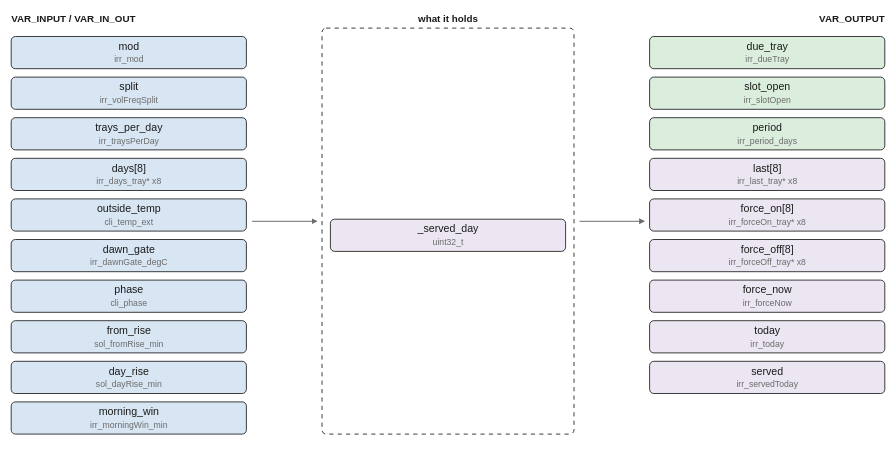
Before: images/logic/irr_schedule.drawio.svg, a diagram exported from draw.io (pstch/botanik2). Source tidied: cells renumbered, new cells last; positions are measured from the earlier drawing's top-left corner, leaving out a move shared by most shapes.
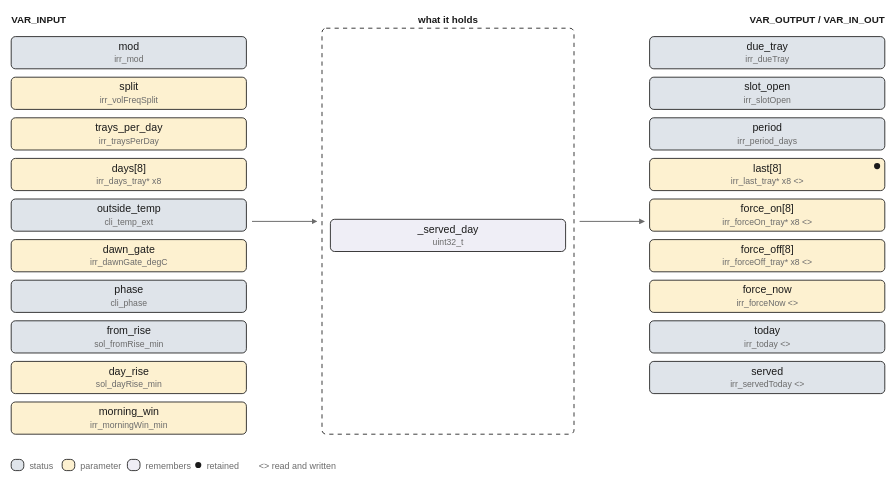
After the commit.

The edit, as a diff of the source:
```diff
@@ -2,89 +2,119 @@
   <root>
     <mxCell id="0" />
     <mxCell id="1" parent="0" />
-    <mxCell id="2" value="VAR_INPUT / VAR_IN_OUT" style="text;html=1;fontSize=7;fontColor=#1a1a1a;align=left;fontStyle=1;" parent="1" vertex="1">
-      <mxGeometry width="110" height="11" as="geometry" />
+    <mxCell id="2" value="VAR_INPUT" style="text;html=1;fontSize=7;fontColor=#1a1a1a;align=left;fontStyle=1;" parent="1" vertex="1">
+      <mxGeometry width="45" height="11" as="geometry" />
     </mxCell>
     <mxCell id="3" value="what it holds" style="text;html=1;fontSize=7;fontColor=#1a1a1a;align=center;fontStyle=1;" parent="1" vertex="1">
       <mxGeometry x="312" width="65" height="11" as="geometry" />
     </mxCell>
-    <mxCell id="4" value="VAR_OUTPUT" style="text;html=1;fontSize=7;fontColor=#1a1a1a;align=left;fontStyle=1;" parent="1" vertex="1">
-      <mxGeometry x="624" width="50" height="11" as="geometry" />
+    <mxCell id="4" value="VAR_OUTPUT / VAR_IN_OUT" style="text;html=1;fontSize=7;fontColor=#1a1a1a;align=left;fontStyle=1;" parent="1" vertex="1">
+      <mxGeometry x="624" width="115" height="11" as="geometry" />
     </mxCell>
-    <mxCell id="5" value="mod" style="rounded=1;fillColor=#d8e6f3;strokeColor=#1a1a1a;whiteSpace=wrap;html=1;fontSize=8;" parent="1" vertex="1">
+    <mxCell id="5" value="mod" style="rounded=1;fillColor=#dfe4ea;strokeColor=#1a1a1a;whiteSpace=wrap;html=1;fontSize=8;" parent="1" vertex="1">
       <mxGeometry y="17" width="168" height="23" as="geometry" />
     </mxCell>
-    <mxCell id="6" value="split" style="rounded=1;fillColor=#d8e6f3;strokeColor=#1a1a1a;whiteSpace=wrap;html=1;fontSize=8;" parent="1" vertex="1">
+    <mxCell id="6" value="split" style="rounded=1;fillColor=#fdf1d0;strokeColor=#1a1a1a;whiteSpace=wrap;html=1;fontSize=8;" parent="1" vertex="1">
       <mxGeometry y="46" width="168" height="23" as="geometry" />
     </mxCell>
-    <mxCell id="7" value="trays_per_day" style="rounded=1;fillColor=#d8e6f3;strokeColor=#1a1a1a;whiteSpace=wrap;html=1;fontSize=8;" parent="1" vertex="1">
+    <mxCell id="7" value="trays_per_day" style="rounded=1;fillColor=#fdf1d0;strokeColor=#1a1a1a;whiteSpace=wrap;html=1;fontSize=8;" parent="1" vertex="1">
       <mxGeometry y="75" width="168" height="23" as="geometry" />
     </mxCell>
-    <mxCell id="8" value="days[8]" style="rounded=1;fillColor=#d8e6f3;strokeColor=#1a1a1a;whiteSpace=wrap;html=1;fontSize=8;" parent="1" vertex="1">
+    <mxCell id="8" value="days[8]" style="rounded=1;fillColor=#fdf1d0;strokeColor=#1a1a1a;whiteSpace=wrap;html=1;fontSize=8;" parent="1" vertex="1">
       <mxGeometry y="104" width="168" height="23" as="geometry" />
     </mxCell>
-    <mxCell id="9" value="outside_temp" style="rounded=1;fillColor=#d8e6f3;strokeColor=#1a1a1a;whiteSpace=wrap;html=1;fontSize=8;" parent="1" vertex="1">
+    <mxCell id="9" value="outside_temp" style="rounded=1;fillColor=#dfe4ea;strokeColor=#1a1a1a;whiteSpace=wrap;html=1;fontSize=8;" parent="1" vertex="1">
       <mxGeometry y="133" width="168" height="23" as="geometry" />
     </mxCell>
-    <mxCell id="10" value="dawn_gate" style="rounded=1;fillColor=#d8e6f3;strokeColor=#1a1a1a;whiteSpace=wrap;html=1;fontSize=8;" parent="1" vertex="1">
+    <mxCell id="10" value="dawn_gate" style="rounded=1;fillColor=#fdf1d0;strokeColor=#1a1a1a;whiteSpace=wrap;html=1;fontSize=8;" parent="1" vertex="1">
       <mxGeometry y="162" width="168" height="23" as="geometry" />
     </mxCell>
-    <mxCell id="11" value="phase" style="rounded=1;fillColor=#d8e6f3;strokeColor=#1a1a1a;whiteSpace=wrap;html=1;fontSize=8;" parent="1" vertex="1">
+    <mxCell id="11" value="phase" style="rounded=1;fillColor=#dfe4ea;strokeColor=#1a1a1a;whiteSpace=wrap;html=1;fontSize=8;" parent="1" vertex="1">
       <mxGeometry y="191" width="168" height="23" as="geometry" />
     </mxCell>
-    <mxCell id="12" value="from_rise" style="rounded=1;fillColor=#d8e6f3;strokeColor=#1a1a1a;whiteSpace=wrap;html=1;fontSize=8;" parent="1" vertex="1">
+    <mxCell id="12" value="from_rise" style="rounded=1;fillColor=#dfe4ea;strokeColor=#1a1a1a;whiteSpace=wrap;html=1;fontSize=8;" parent="1" vertex="1">
       <mxGeometry y="220" width="168" height="23" as="geometry" />
     </mxCell>
-    <mxCell id="13" value="day_rise" style="rounded=1;fillColor=#d8e6f3;strokeColor=#1a1a1a;whiteSpace=wrap;html=1;fontSize=8;" parent="1" vertex="1">
+    <mxCell id="13" value="day_rise" style="rounded=1;fillColor=#fdf1d0;strokeColor=#1a1a1a;whiteSpace=wrap;html=1;fontSize=8;" parent="1" vertex="1">
       <mxGeometry y="249" width="168" height="23" as="geometry" />
     </mxCell>
-    <mxCell id="14" value="morning_win" style="rounded=1;fillColor=#d8e6f3;strokeColor=#1a1a1a;whiteSpace=wrap;html=1;fontSize=8;" parent="1" vertex="1">
+    <mxCell id="14" value="morning_win" style="rounded=1;fillColor=#fdf1d0;strokeColor=#1a1a1a;whiteSpace=wrap;html=1;fontSize=8;" parent="1" vertex="1">
       <mxGeometry y="278" width="168" height="23" as="geometry" />
     </mxCell>
-    <mxCell id="15" value="due_tray" style="rounded=1;fillColor=#dbeedd;strokeColor=#1a1a1a;whiteSpace=wrap;html=1;fontSize=8;" parent="1" vertex="1">
+    <mxCell id="15" value="due_tray" style="rounded=1;fillColor=#dfe4ea;strokeColor=#1a1a1a;whiteSpace=wrap;html=1;fontSize=8;" parent="1" vertex="1">
       <mxGeometry x="456" y="17" width="168" height="23" as="geometry" />
     </mxCell>
-    <mxCell id="16" value="slot_open" style="rounded=1;fillColor=#dbeedd;strokeColor=#1a1a1a;whiteSpace=wrap;html=1;fontSize=8;" parent="1" vertex="1">
+    <mxCell id="16" value="slot_open" style="rounded=1;fillColor=#dfe4ea;strokeColor=#1a1a1a;whiteSpace=wrap;html=1;fontSize=8;" parent="1" vertex="1">
       <mxGeometry x="456" y="46" width="168" height="23" as="geometry" />
     </mxCell>
-    <mxCell id="17" value="period" style="rounded=1;fillColor=#dbeedd;strokeColor=#1a1a1a;whiteSpace=wrap;html=1;fontSize=8;" parent="1" vertex="1">
+    <mxCell id="17" value="period" style="rounded=1;fillColor=#dfe4ea;strokeColor=#1a1a1a;whiteSpace=wrap;html=1;fontSize=8;" parent="1" vertex="1">
       <mxGeometry x="456" y="75" width="168" height="23" as="geometry" />
     </mxCell>
-    <mxCell id="18" value="last[8]" style="rounded=1;fillColor=#ece6f2;strokeColor=#1a1a1a;whiteSpace=wrap;html=1;fontSize=8;" parent="1" vertex="1">
+    <mxCell id="18" value="last[8]" style="rounded=1;fillColor=#fdf1d0;strokeColor=#1a1a1a;whiteSpace=wrap;html=1;fontSize=8;" parent="1" vertex="1">
       <mxGeometry x="456" y="104" width="168" height="23" as="geometry" />
     </mxCell>
-    <mxCell id="19" value="force_on[8]" style="rounded=1;fillColor=#ece6f2;strokeColor=#1a1a1a;whiteSpace=wrap;html=1;fontSize=8;" parent="1" vertex="1">
-      <mxGeometry x="456" y="133" width="168" height="23" as="geometry" />
-    </mxCell>
+    <mxCell id="28" style="ellipse;fillColor=#1a1a1a;strokeColor=none;" parent="1" vertex="1">
+      <mxGeometry x="616.3" y="107.3" width="4.4" height="4.4" as="geometry" />
+    </mxCell>
-    <mxCell id="20" value="force_off[8]" style="rounded=1;fillColor=#ece6f2;strokeColor=#1a1a1a;whiteSpace=wrap;html=1;fontSize=8;" parent="1" vertex="1">
-      <mxGeometry x="456" y="162" width="168" height="23" as="geometry" />
+    <mxCell id="20" value="force_on[8]" style="rounded=1;fillColor=#fdf1d0;strokeColor=#1a1a1a;whiteSpace=wrap;html=1;fontSize=8;" parent="1" vertex="1">
+      <mxGeometry x="456" y="133" width="168" height="23" as="geometry" />
     </mxCell>
-    <mxCell id="21" value="force_now" style="rounded=1;fillColor=#ece6f2;strokeColor=#1a1a1a;whiteSpace=wrap;html=1;fontSize=8;" parent="1" vertex="1">
-      <mxGeometry x="456" y="191" width="168" height="23" as="geometry" />
+    <mxCell id="21" value="force_off[8]" style="rounded=1;fillColor=#fdf1d0;strokeColor=#1a1a1a;whiteSpace=wrap;html=1;fontSize=8;" parent="1" vertex="1">
+      <mxGeometry x="456" y="162" width="168" height="23" as="geometry" />
     </mxCell>
-    <mxCell id="22" value="today" style="rounded=1;fillColor=#ece6f2;strokeColor=#1a1a1a;whiteSpace=wrap;html=1;fontSize=8;" parent="1" vertex="1">
-      <mxGeometry x="456" y="220" width="168" height="23" as="geometry" />
+    <mxCell id="22" value="force_now" style="rounded=1;fillColor=#fdf1d0;strokeColor=#1a1a1a;whiteSpace=wrap;html=1;fontSize=8;" parent="1" vertex="1">
+      <mxGeometry x="456" y="191" width="168" height="23" as="geometry" />
     </mxCell>
-    <mxCell id="23" value="served" style="rounded=1;fillColor=#ece6f2;strokeColor=#1a1a1a;whiteSpace=wrap;html=1;fontSize=8;" parent="1" vertex="1">
-      <mxGeometry x="456" y="249" width="168" height="23" as="geometry" />
+    <mxCell id="23" value="today" style="rounded=1;fillColor=#dfe4ea;strokeColor=#1a1a1a;whiteSpace=wrap;html=1;fontSize=8;" parent="1" vertex="1">
+      <mxGeometry x="456" y="220" width="168" height="23" as="geometry" />
     </mxCell>
-    <mxCell id="24" style="rounded=1;fillColor=#ffffff;strokeColor=#1a1a1a;whiteSpace=wrap;html=1;fontSize=8;dashed=1;" parent="1" vertex="1">
-      <mxGeometry x="222" y="11" width="180" height="290" as="geometry" />
+    <mxCell id="24" value="served" style="rounded=1;fillColor=#dfe4ea;strokeColor=#1a1a1a;whiteSpace=wrap;html=1;fontSize=8;" parent="1" vertex="1">
+      <mxGeometry x="456" y="249" width="168" height="23" as="geometry" />
     </mxCell>
-    <mxCell id="25" value="_served_day" style="rounded=1;fillColor=#ece6f2;strokeColor=#1a1a1a;whiteSpace=wrap;html=1;fontSize=8;" parent="1" vertex="1">
-      <mxGeometry x="228" y="147.5" width="168" height="23" as="geometry" />
+    <mxCell id="25" style="rounded=1;fillColor=#ffffff;strokeColor=#1a1a1a;whiteSpace=wrap;html=1;fontSize=8;dashed=1;" parent="1" vertex="1">
+      <mxGeometry x="222" y="11" width="180" height="290" as="geometry" />
     </mxCell>
-    <mxCell id="26" style="edgeStyle=none;html=1;strokeColor=#6b6b6b;endArrow=block;" parent="1" edge="1">
-      <mxGeometry relative="1" as="geometry">
-        <mxPoint x="172" y="149" as="sourcePoint" />
-        <mxPoint x="218" y="149" as="targetPoint" />
-      </mxGeometry>
-    </mxCell>
+    <mxCell id="29" value="_served_day" style="rounded=1;fillColor=#efeef6;strokeColor=#1a1a1a;whiteSpace=wrap;html=1;fontSize=8;" parent="1" vertex="1">
+      <mxGeometry x="228" y="147.5" width="168" height="23" as="geometry" />
+    </mxCell>
     <mxCell id="27" style="edgeStyle=none;html=1;strokeColor=#6b6b6b;endArrow=block;" parent="1" edge="1">
       <mxGeometry relative="1" as="geometry">
-        <mxPoint x="406" y="149" as="sourcePoint" />
-        <mxPoint x="452" y="149" as="targetPoint" />
+        <mxPoint x="172" y="149" as="sourcePoint" />
+        <mxPoint x="218" y="149" as="targetPoint" />
       </mxGeometry>
     </mxCell>
+    <mxCell id="30" style="edgeStyle=none;html=1;strokeColor=#6b6b6b;endArrow=block;" parent="1" edge="1">
+      <mxGeometry relative="1" as="geometry">
+        <mxPoint x="406" y="149" as="sourcePoint" />
+        <mxPoint x="452" y="149" as="targetPoint" />
+      </mxGeometry>
+    </mxCell>
+    <mxCell id="31" style="rounded=1;fillColor=#dfe4ea;strokeColor=#1a1a1a;whiteSpace=wrap;html=1;fontSize=8;" parent="1" vertex="1">
+      <mxGeometry y="319" width="9" height="8" as="geometry" />
+    </mxCell>
+    <mxCell id="32" value="status" style="text;html=1;fontSize=6;fontColor=#6b6b6b;align=left;" parent="1" vertex="1">
+      <mxGeometry x="13" y="319.6" width="40" height="10.4" as="geometry" />
+    </mxCell>
+    <mxCell id="33" style="rounded=1;fillColor=#fdf1d0;strokeColor=#1a1a1a;whiteSpace=wrap;html=1;fontSize=8;" parent="1" vertex="1">
+      <mxGeometry x="36.4" y="319" width="9" height="8" as="geometry" />
+    </mxCell>
+    <mxCell id="34" value="parameter" style="text;html=1;fontSize=6;fontColor=#6b6b6b;align=left;" parent="1" vertex="1">
+      <mxGeometry x="49.4" y="319.6" width="45" height="10.4" as="geometry" />
+    </mxCell>
+    <mxCell id="35" style="rounded=1;fillColor=#efeef6;strokeColor=#1a1a1a;whiteSpace=wrap;html=1;fontSize=8;" parent="1" vertex="1">
+      <mxGeometry x="83" y="319" width="9" height="8" as="geometry" />
+    </mxCell>
+    <mxCell id="36" value="remembers" style="text;html=1;fontSize=6;fontColor=#6b6b6b;align=left;" parent="1" vertex="1">
+      <mxGeometry x="96" y="319.6" width="45" height="10.4" as="geometry" />
+    </mxCell>
+    <mxCell id="37" style="ellipse;fillColor=#1a1a1a;strokeColor=none;" parent="1" vertex="1">
+      <mxGeometry x="131.4" y="320.8" width="4.4" height="4.4" as="geometry" />
+    </mxCell>
+    <mxCell id="38" value="retained" style="text;html=1;fontSize=6;fontColor=#6b6b6b;align=left;" parent="1" vertex="1">
+      <mxGeometry x="139.6" y="319.6" width="40" height="10.4" as="geometry" />
+    </mxCell>
+    <mxCell id="39" value="&lt;&gt; read and written" style="text;html=1;fontSize=6;fontColor=#6b6b6b;align=left;" parent="1" vertex="1">
+      <mxGeometry x="176.8" y="319.6" width="95" height="10.4" as="geometry" />
+    </mxCell>
   </root>
 </mxGraphModel>
```
